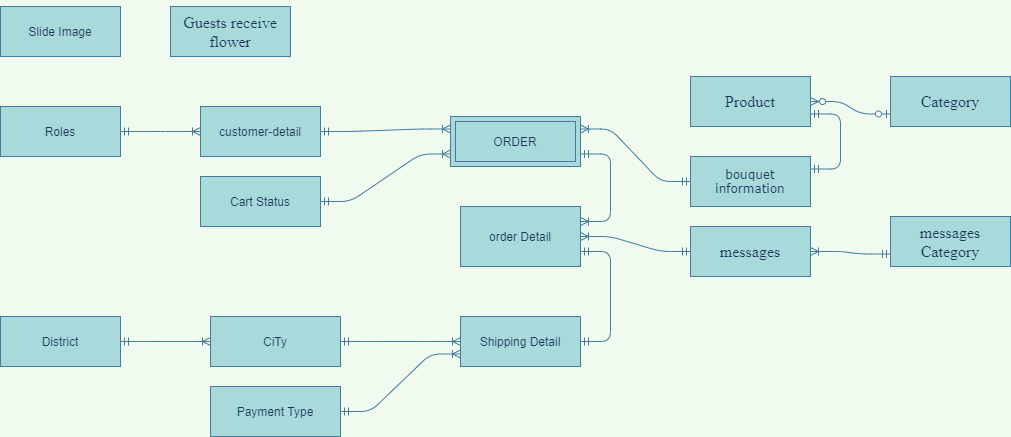
The draw.io diagram Untitled Diagram.png in maialino123/Eproject-SEM3, before a commit. Source tidied: cells renumbered, new cells last; positions are measured from the earlier drawing's top-left corner, leaving out a move shared by most shapes.
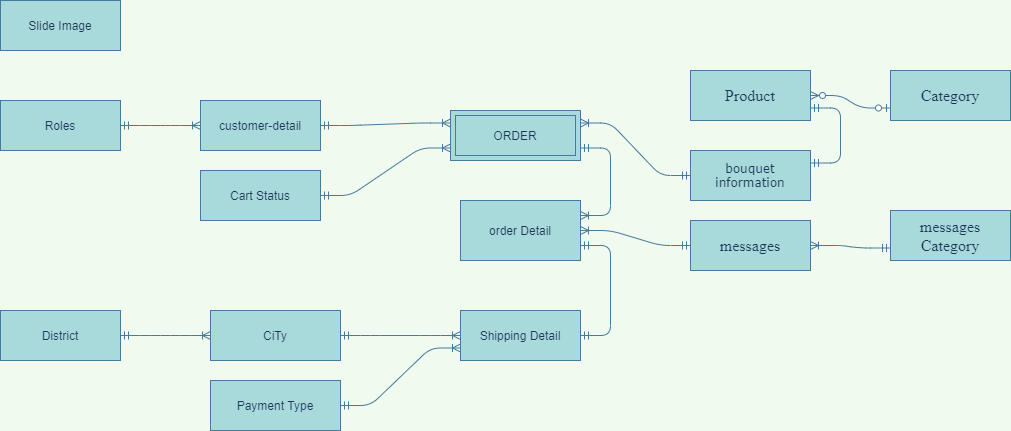
The same file after the commit.

Change to the diagram source:
```diff
@@ -11,9 +11,6 @@
     <mxCell id="4" value="&lt;p class=&quot;MsoNormal&quot;&gt;&lt;span style=&quot;font-size: 12.0pt ; font-family: &amp;#34;times new roman&amp;#34; , serif&quot;&gt;messages&lt;/span&gt;&lt;span style=&quot;font-family: &amp;#34;verdana&amp;#34; , sans-serif&quot;&gt;&lt;br&gt;&lt;/span&gt;&lt;/p&gt;" style="whiteSpace=wrap;html=1;align=center;rounded=0;sketch=0;fontColor=#1D3557;strokeColor=#457B9D;fillColor=#A8DADC;" parent="1" vertex="1">
       <mxGeometry x="690" y="220" width="120" height="50" as="geometry" />
     </mxCell>
-    <mxCell id="5" value="&lt;p class=&quot;MsoNormal&quot;&gt;&lt;font face=&quot;times new roman, serif&quot;&gt;&lt;span style=&quot;font-size: 16px&quot;&gt;Guests receive flower&lt;/span&gt;&lt;/font&gt;&lt;/p&gt;" style="whiteSpace=wrap;html=1;align=center;rounded=0;sketch=0;fontColor=#1D3557;strokeColor=#457B9D;fillColor=#A8DADC;" parent="1" vertex="1">
-      <mxGeometry x="170" width="120" height="50" as="geometry" />
-    </mxCell>
     <mxCell id="6" value="&lt;p class=&quot;MsoNormal&quot;&gt;&lt;font face=&quot;times new roman, serif&quot;&gt;&lt;span style=&quot;font-size: 16px&quot;&gt;Category&lt;/span&gt;&lt;/font&gt;&lt;/p&gt;" style="whiteSpace=wrap;html=1;align=center;rounded=0;sketch=0;fontColor=#1D3557;strokeColor=#457B9D;fillColor=#A8DADC;" parent="1" vertex="1">
       <mxGeometry x="890" y="70" width="120" height="50" as="geometry" />
     </mxCell>
```
